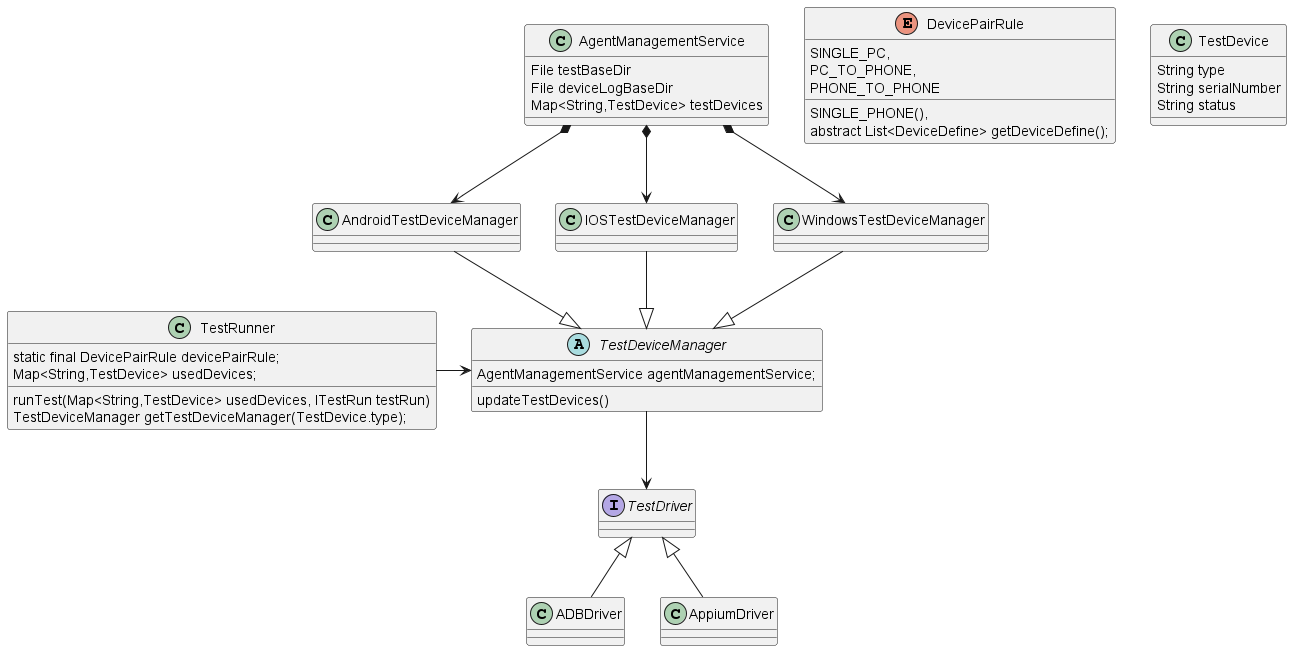
Before: docs/images/UML/agent_device_management_design.png, a diagram exported from PlantUML (microsoft/HydraLab).
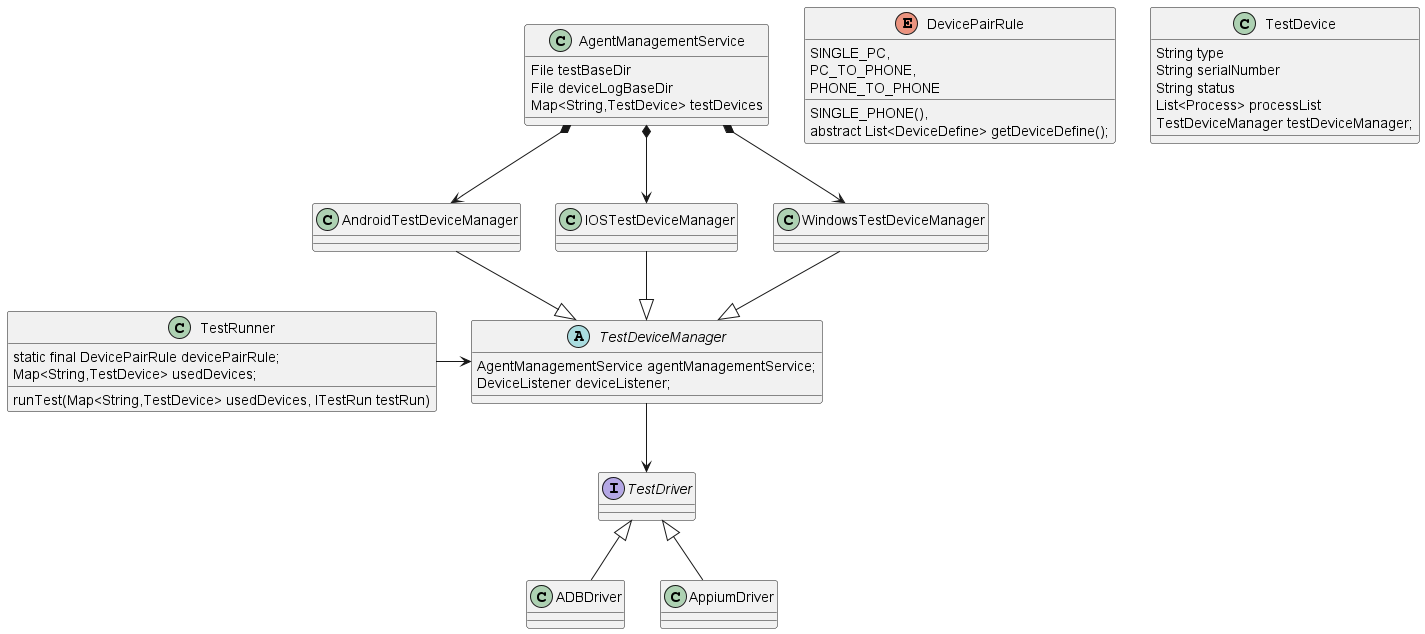
The same diagram one commit later.

What changed in the source:
```diff
@@ -16,10 +16,12 @@
     String type
     String serialNumber
     String status
+    List<Process> processList
+    TestDeviceManager testDeviceManager;
 }
 abstract class TestDeviceManager{
     AgentManagementService agentManagementService;
-    updateTestDevices()
+    DeviceListener deviceListener;
 }
 class AndroidTestDeviceManager
 class IOSTestDeviceManager
@@ -44,7 +46,6 @@
     static final DevicePairRule devicePairRule;
     Map<String,TestDevice> usedDevices;
     runTest(Map<String,TestDevice> usedDevices, ITestRun testRun)
-    TestDeviceManager getTestDeviceManager(TestDevice.type);
 }
 
 TestRunner -r-> TestDeviceManager
```
